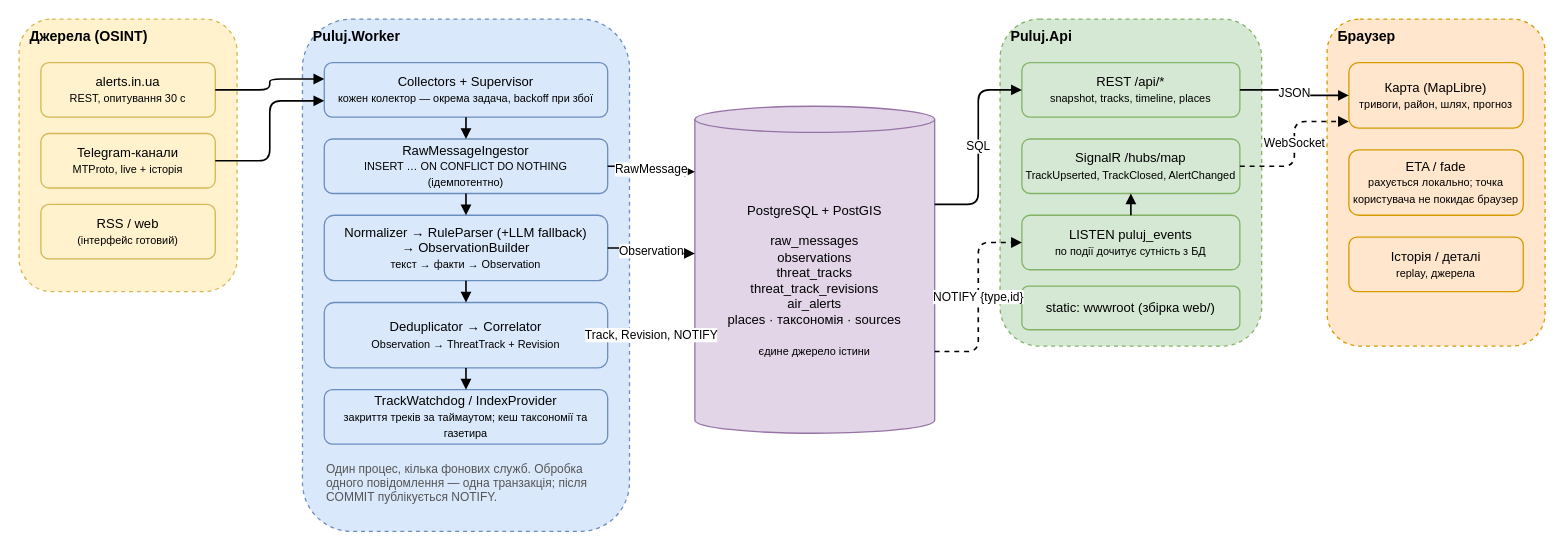
This is docs/diagrams/01-overview.drawio from sql-monk/Puluj, a draw.io file, before an edit. Source tidied: cells renumbered, new cells numbered last; positions are measured from the earlier drawing's top-left corner, leaving out a move shared by most shapes. Both pictures are drawn from the tidied source at 109%, with x=0, y=0 at pixel (19, 19).
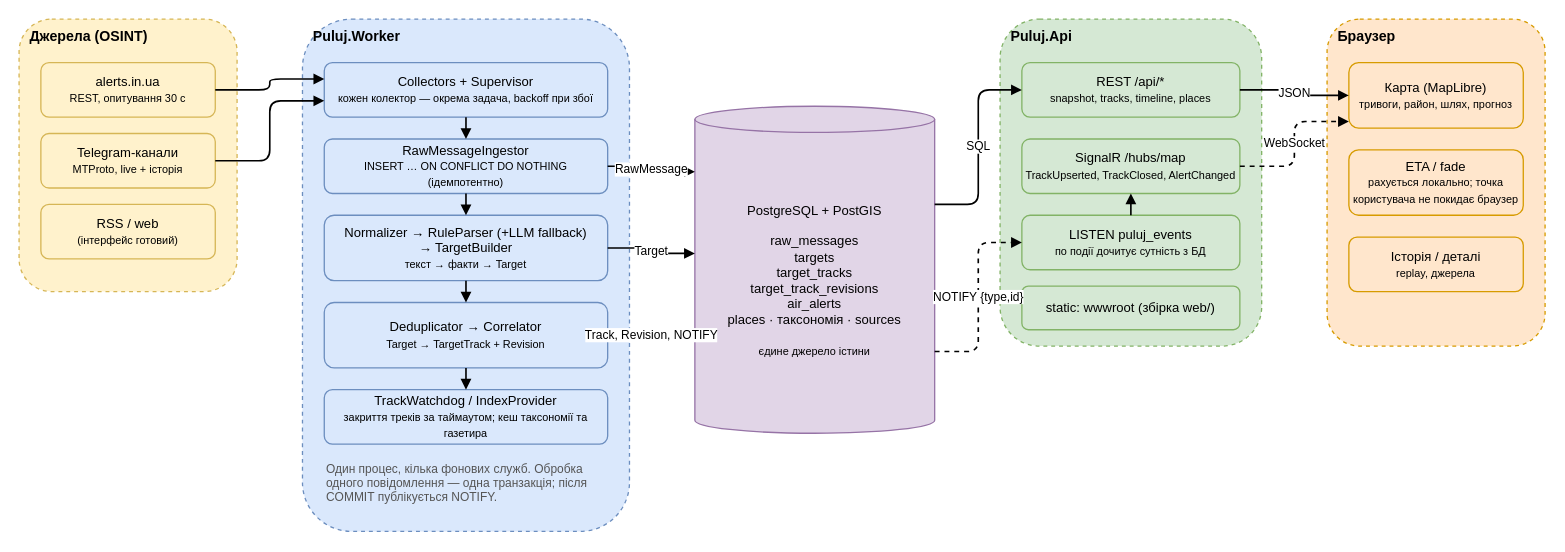
Above is the later version.

The edit, as a diff of the source:
```diff
@@
-    <mxCell id="9" value="Normalizer → RuleParser (+LLM fallback)&lt;br&gt;→ ObservationBuilder&lt;br&gt;&lt;font style='font-size:10px'&gt;текст → факти → Observation&lt;/font&gt;" style="rounded=1;whiteSpace=wrap;html=1;fontSize=12;strokeWidth=1.2;fillColor=#dae8fc;strokeColor=#6c8ebf;" parent="1" vertex="1">
+    <mxCell id="9" value="Normalizer → RuleParser (+LLM fallback)&lt;br&gt;→ TargetBuilder&lt;br&gt;&lt;font style='font-size:10px'&gt;текст → факти → Target&lt;/font&gt;" style="rounded=1;whiteSpace=wrap;html=1;fontSize=12;strokeWidth=1.2;fillColor=#dae8fc;strokeColor=#6c8ebf;" parent="1" vertex="1">
       <mxGeometry x="280" y="180" width="260" height="60" as="geometry" />
     </mxCell>
-    <mxCell id="10" value="Deduplicator → Correlator&lt;br&gt;&lt;font style='font-size:10px'&gt;Observation → ThreatTrack + Revision&lt;/font&gt;" style="rounded=1;whiteSpace=wrap;html=1;fontSize=12;strokeWidth=1.2;fillColor=#dae8fc;strokeColor=#6c8ebf;" parent="1" vertex="1">
+    <mxCell id="10" value="Deduplicator → Correlator&lt;br&gt;&lt;font style='font-size:10px'&gt;Target → TargetTrack + Revision&lt;/font&gt;" style="rounded=1;whiteSpace=wrap;html=1;fontSize=12;strokeWidth=1.2;fillColor=#dae8fc;strokeColor=#6c8ebf;" parent="1" vertex="1">
       <mxGeometry x="280" y="260" width="260" height="60" as="geometry" />
     </mxCell>
@@
-    <mxCell id="13" value="PostgreSQL + PostGIS&lt;br&gt;&lt;br&gt;raw_messages&lt;br&gt;observations&lt;br&gt;threat_tracks&lt;br&gt;threat_track_revisions&lt;br&gt;air_alerts&lt;br&gt;places · таксономія · sources&lt;br&gt;&lt;br&gt;&lt;font style='font-size:10px'&gt;єдине джерело істини&lt;/font&gt;" style="shape=cylinder3;whiteSpace=wrap;html=1;boundedLbl=1;backgroundOutline=1;size=12;fontSize=12;strokeWidth=1.2;fillColor=#e1d5e7;strokeColor=#9673a6;" parent="1" vertex="1">
+    <mxCell id="13" value="PostgreSQL + PostGIS&lt;br&gt;&lt;br&gt;raw_messages&lt;br&gt;targets&lt;br&gt;target_tracks&lt;br&gt;target_track_revisions&lt;br&gt;air_alerts&lt;br&gt;places · таксономія · sources&lt;br&gt;&lt;br&gt;&lt;font style='font-size:10px'&gt;єдине джерело істини&lt;/font&gt;" style="shape=cylinder3;whiteSpace=wrap;html=1;boundedLbl=1;backgroundOutline=1;size=12;fontSize=12;strokeWidth=1.2;fillColor=#e1d5e7;strokeColor=#9673a6;" parent="1" vertex="1">
       <mxGeometry x="620" y="80" width="220" height="300" as="geometry" />
     </mxCell>
@@
-    <mxCell id="30" value="Observation" style="edgeStyle=orthogonalEdgeStyle;rounded=1;html=1;endArrow=block;endFill=1;strokeWidth=1.5;fontSize=11;exitX=1;exitY=0.5;exitDx=0;exitDy=0;entryX=0;entryY=0.45;entryDx=0;entryDy=0;" parent="1" edge="1" source="9" target="13">
+    <mxCell id="30" value="Target" style="edgeStyle=orthogonalEdgeStyle;rounded=1;html=1;endArrow=block;endFill=1;strokeWidth=1.5;fontSize=11;exitX=1;exitY=0.5;exitDx=0;exitDy=0;entryX=0;entryY=0.45;entryDx=0;entryDy=0;" parent="1" edge="1" source="9" target="13">
       <mxGeometry relative="1" as="geometry" />
     </mxCell>
```
